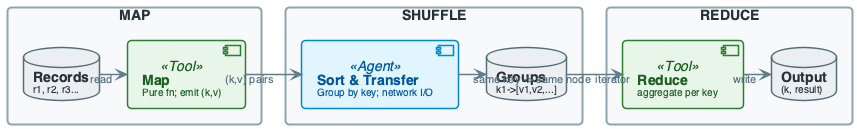
The PlantUML diagram diagrams/week03/week3_lecture_slide22_execution_flow.png in OrPerets/data-engineering-course, before a commit.
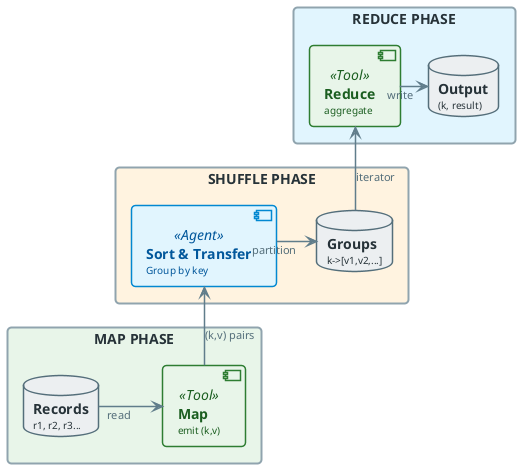
After the change.

Diff of the diagram source:
```diff
@@ -118,25 +118,26 @@
 }
 
 
-rectangle "MAP" #F8F9FA {
+
+rectangle "MAP PHASE" #E8F5E9 {
     database "**Records**\n<size:10>r1, r2, r3...</size>" as RECS
-    component "**Map**\n<size:10>Pure fn; emit (k,v)</size>" as MAP_FN <<Tool>>
+    component "**Map**\n<size:10>emit (k,v)</size>" as MAP_FN <<Tool>>
+    RECS -down-> MAP_FN : "read"
 }
 
-rectangle "SHUFFLE" #F8F9FA {
-    component "**Sort & Transfer**\n<size:10>Group by key; network I/O</size>" as SORT_XFER <<Agent>>
-    database "**Groups**\n<size:10>k1->[v1,v2,...]</size>" as GROUPS
+rectangle "SHUFFLE PHASE" #FFF3E0 {
+    component "**Sort & Transfer**\n<size:10>Group by key</size>" as SORT_XFER <<Agent>>
+    database "**Groups**\n<size:10>k->[v1,v2,...]</size>" as GROUPS
+    SORT_XFER -down-> GROUPS : "partition"
 }
 
-rectangle "REDUCE" #F8F9FA {
-    component "**Reduce**\n<size:10>aggregate per key</size>" as RED <<Tool>>
+rectangle "REDUCE PHASE" #E1F5FE {
+    component "**Reduce**\n<size:10>aggregate</size>" as RED <<Tool>>
     database "**Output**\n<size:10>(k, result)</size>" as OUT
+    RED -down-> OUT : "write"
 }
 
-RECS --> MAP_FN : "read"
-MAP_FN --> SORT_XFER : "(k,v) pairs"
-SORT_XFER --> GROUPS : "same key -> same node"
-GROUPS --> RED : "iterator"
-RED --> OUT : "write"
+MAP_FN -right-> SORT_XFER : "(k,v) pairs"
+GROUPS -right-> RED : "iterator"
 
 @enduml
```
